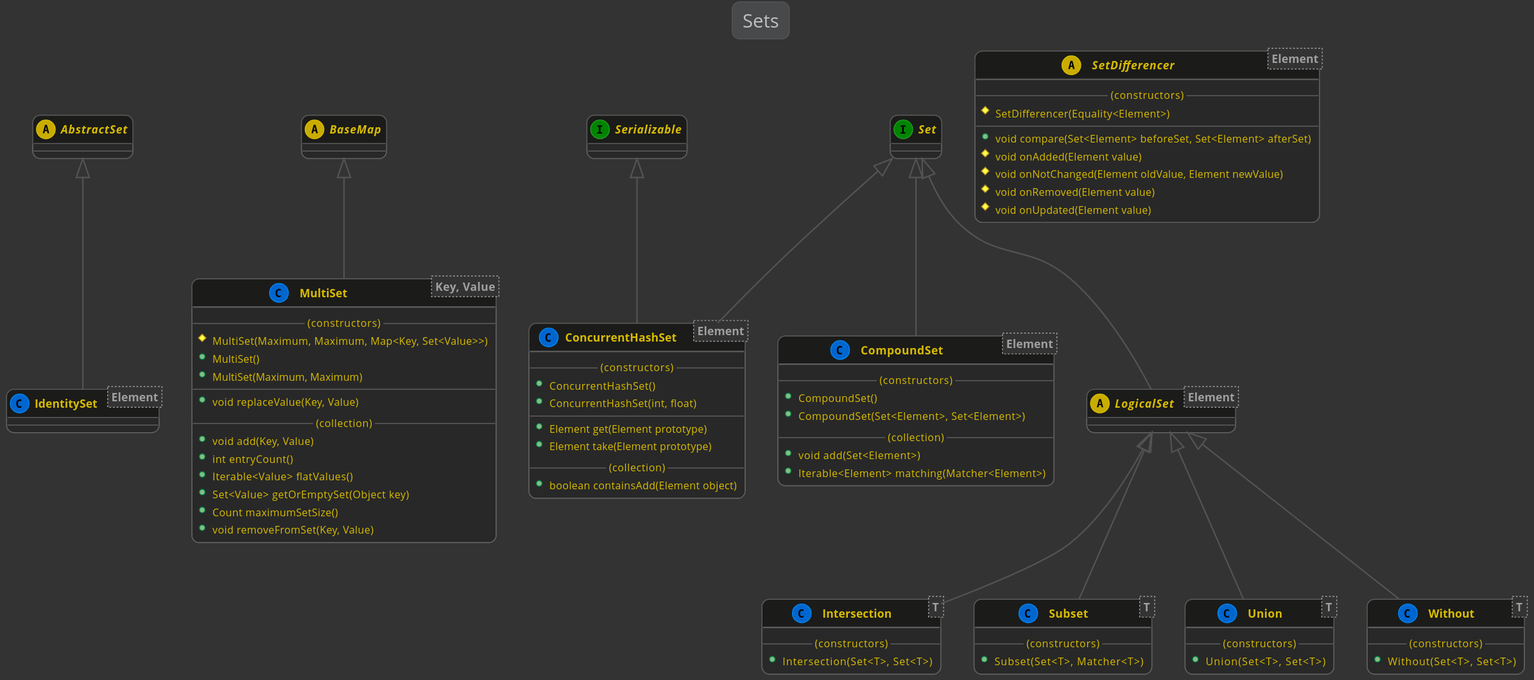
Above: kivakit-core/collections/documentation/diagrams/diagram-set.svg in Telenav/kivakit (PlantUML), before the change.
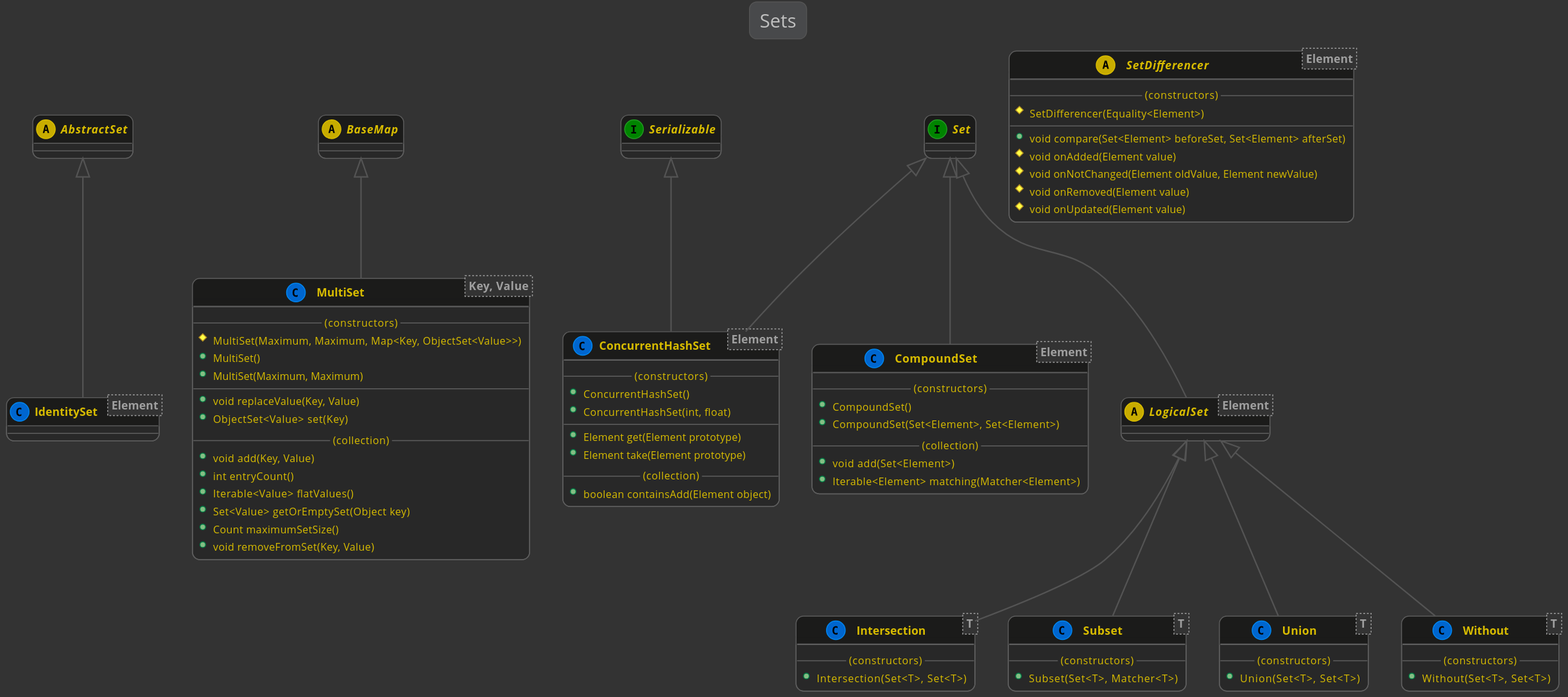
Above is the later version.

Change to the diagram source:
```diff
@@ -56,11 +56,12 @@
     class MultiSet<Key, Value>
     {
         --(constructors)--
-        #MultiSet(Maximum, Maximum, Map<Key, Set<Value>>)
+        #MultiSet(Maximum, Maximum, Map<Key, ObjectSet<Value>>)
         +MultiSet()
         +MultiSet(Maximum, Maximum)
         --
         +void replaceValue(Key, Value)
+        +ObjectSet<Value> set(Key)
         --(collection)--
         +void add(Key, Value)
         +int entryCount()
```
